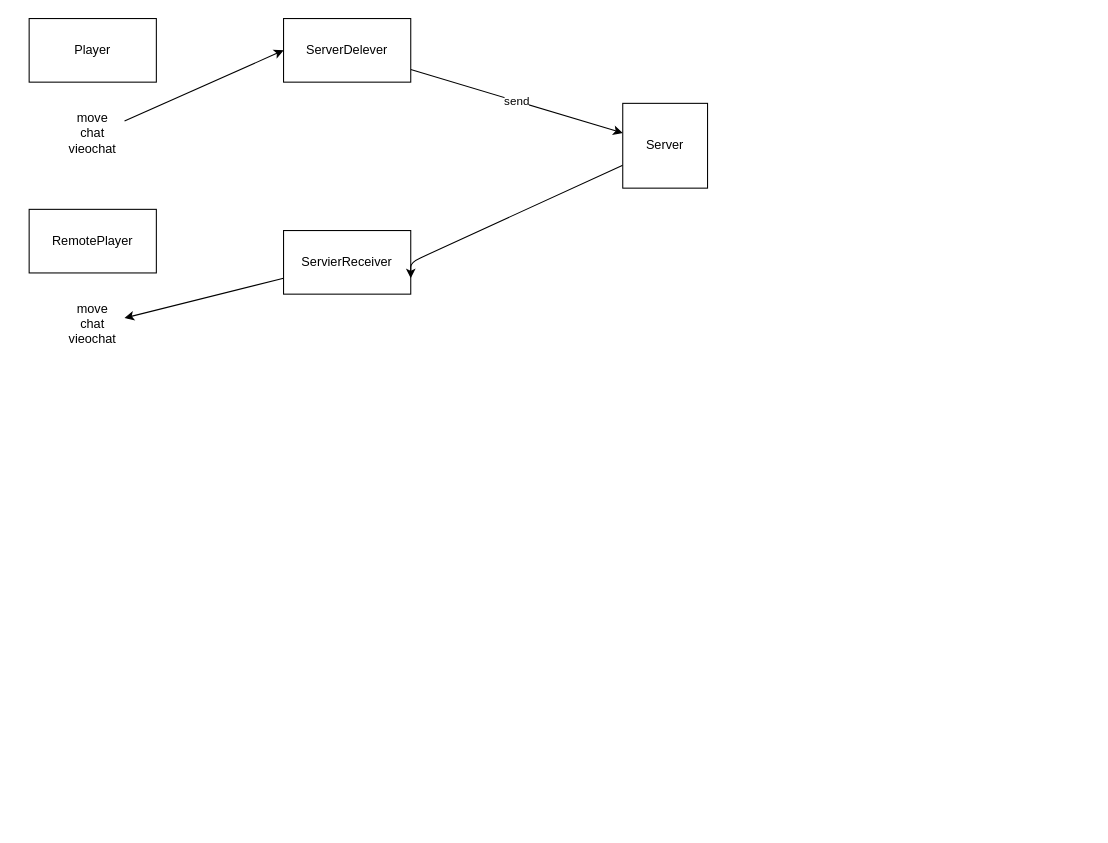
This is client/domain.drawio from helpkang/metaverse-client2, a draw.io file, before an edit. Source tidied: cells renumbered, new cells numbered last; positions are measured from the earlier drawing's top-left corner, leaving out a move shared by most shapes. Both pictures are drawn from the tidied source at 106%, with x=0, y=0 at pixel (29, 18).
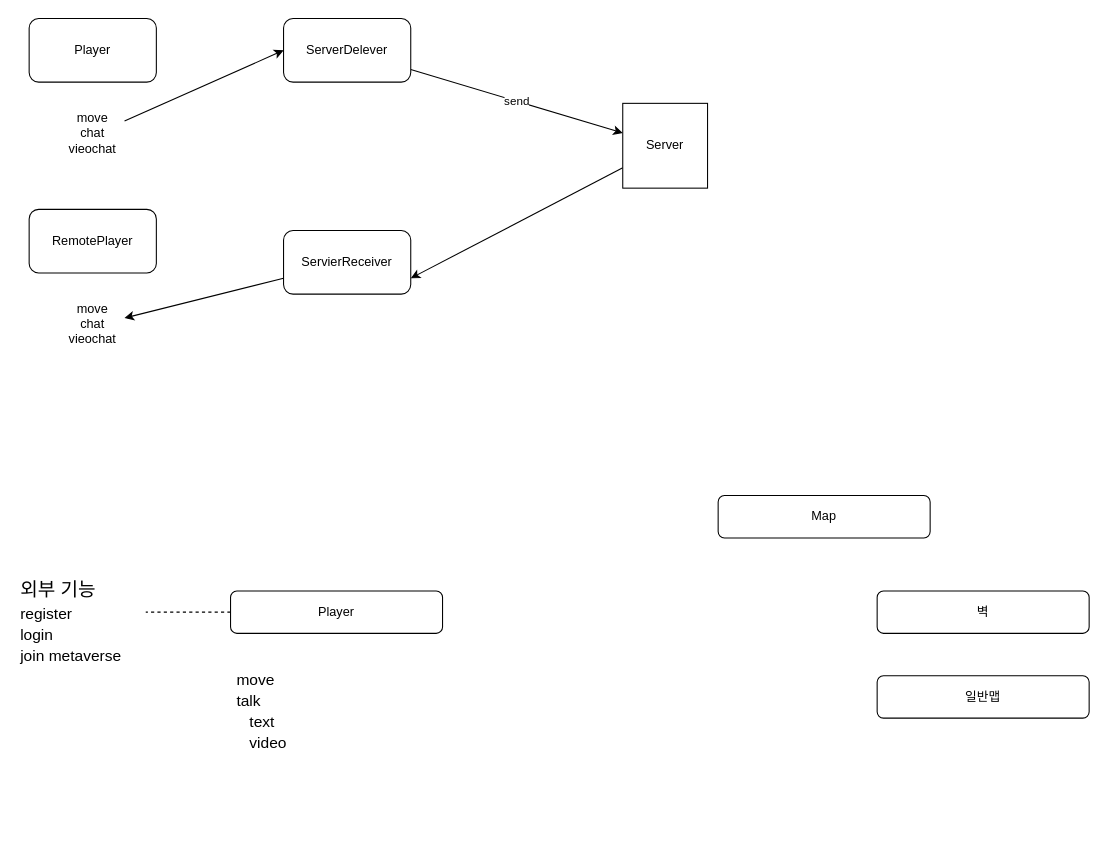
The same diagram, later.

Diff of the diagram source:
```diff
@@
 <mxGraphModel>
   <root>
     <mxCell id="0" />
     <mxCell id="1" parent="0" />
-    <mxCell id="2" value="Player" style="rounded=0;whiteSpace=wrap;html=1;" parent="1" vertex="1">
+    <mxCell id="2" value="Player" style="rounded=1;whiteSpace=wrap;html=1;" parent="1" vertex="1">
       <mxGeometry width="120" height="60" as="geometry" />
     </mxCell>
     <mxCell id="3" style="edgeStyle=none;html=1;entryX=0;entryY=0.5;entryDx=0;entryDy=0;" parent="1" edge="1" source="4" target="6">
       <mxGeometry relative="1" as="geometry" />
     </mxCell>
-    <mxCell id="4" value="move&lt;br&gt;chat&lt;br&gt;vieochat" style="text;html=1;strokeColor=none;fillColor=none;align=center;verticalAlign=top;whiteSpace=wrap;rounded=0;" parent="1" vertex="1">
+    <mxCell id="4" value="move&lt;br&gt;chat&lt;br&gt;vieochat" style="text;html=1;strokeColor=none;fillColor=none;align=center;verticalAlign=top;whiteSpace=wrap;rounded=1;" parent="1" vertex="1">
       <mxGeometry x="30" y="80" width="60" height="60" as="geometry" />
     </mxCell>
     <mxCell id="5" value="send" style="edgeStyle=none;html=1;" parent="1" edge="1" source="6" target="10">
       <mxGeometry relative="1" as="geometry" />
     </mxCell>
-    <mxCell id="6" value="ServerDelever" style="rounded=0;whiteSpace=wrap;html=1;" parent="1" vertex="1">
+    <mxCell id="6" value="ServerDelever" style="rounded=1;whiteSpace=wrap;html=1;" parent="1" vertex="1">
       <mxGeometry x="240" width="120" height="60" as="geometry" />
     </mxCell>
     <mxCell id="7" style="edgeStyle=none;html=1;" parent="1" edge="1" source="8" target="12">
       <mxGeometry relative="1" as="geometry" />
     </mxCell>
-    <mxCell id="8" value="ServierReceiver" style="rounded=0;whiteSpace=wrap;html=1;" parent="1" vertex="1">
+    <mxCell id="8" value="ServierReceiver" style="rounded=1;whiteSpace=wrap;html=1;" parent="1" vertex="1">
       <mxGeometry x="240" y="200" width="120" height="60" as="geometry" />
     </mxCell>
     <mxCell id="9" style="edgeStyle=none;html=1;entryX=1;entryY=0.75;entryDx=0;entryDy=0;" parent="1" edge="1" source="10" target="8">
-      <mxGeometry relative="1" as="geometry">
-        <Array as="points">
-          <mxPoint x="360" y="230" />
-        </Array>
-      </mxGeometry>
+      <mxGeometry relative="1" as="geometry" />
     </mxCell>
     <mxCell id="10" value="Server" style="whiteSpace=wrap;html=1;" parent="1" vertex="1">
       <mxGeometry x="560" y="80" width="80" height="80" as="geometry" />
     </mxCell>
-    <mxCell id="11" value="RemotePlayer" style="rounded=0;whiteSpace=wrap;html=1;" parent="1" vertex="1">
+    <mxCell id="11" value="RemotePlayer" style="rounded=1;whiteSpace=wrap;html=1;" parent="1" vertex="1">
       <mxGeometry y="180" width="120" height="60" as="geometry" />
     </mxCell>
-    <mxCell id="12" value="move&lt;br&gt;chat&lt;br&gt;vieochat" style="text;html=1;strokeColor=none;fillColor=none;align=center;verticalAlign=top;whiteSpace=wrap;rounded=0;" parent="1" vertex="1">
+    <mxCell id="12" value="move&lt;br&gt;chat&lt;br&gt;vieochat" style="text;html=1;strokeColor=none;fillColor=none;align=center;verticalAlign=top;whiteSpace=wrap;rounded=1;" parent="1" vertex="1">
       <mxGeometry x="30" y="260" width="60" height="60" as="geometry" />
     </mxCell>
+    <mxCell id="13" style="edgeStyle=none;html=1;fontSize=18;fontColor=none;endArrow=none;endFill=0;dashed=1;" parent="1" edge="1" source="14" target="19">
+      <mxGeometry relative="1" as="geometry" />
+    </mxCell>
+    <mxCell id="14" value="Player" style="rounded=1;whiteSpace=wrap;html=1;" parent="1" vertex="1">
+      <mxGeometry x="190" y="540" width="200" height="40" as="geometry" />
+    </mxCell>
+    <mxCell id="15" value="일반맵" style="rounded=1;whiteSpace=wrap;html=1;" parent="1" vertex="1">
+      <mxGeometry x="800" y="620" width="200" height="40" as="geometry" />
+    </mxCell>
+    <mxCell id="16" value="벽" style="rounded=1;whiteSpace=wrap;html=1;" parent="1" vertex="1">
+      <mxGeometry x="800" y="540" width="200" height="40" as="geometry" />
+    </mxCell>
+    <mxCell id="17" value="Map" style="rounded=1;whiteSpace=wrap;html=1;" parent="1" vertex="1">
+      <mxGeometry x="650" y="450" width="200" height="40" as="geometry" />
+    </mxCell>
+    <mxCell id="18" value="&lt;b style=&quot;font-weight: normal&quot; id=&quot;docs-internal-guid-3a27c601-7fff-b3e3-7f23-2bbebf2c9365&quot;&gt;&lt;p dir=&quot;ltr&quot; style=&quot;line-height: 1.38 ; margin-top: 0pt ; margin-bottom: 0pt&quot;&gt;&lt;br&gt;&lt;/p&gt;&lt;p dir=&quot;ltr&quot; style=&quot;line-height: 1.38 ; margin-top: 0pt ; margin-bottom: 0pt&quot;&gt;&lt;span style=&quot;font-size: 11pt ; font-family: &amp;quot;arial&amp;quot; ; background-color: transparent ; font-weight: 400 ; font-style: normal ; font-variant: normal ; text-decoration: none ; vertical-align: baseline&quot;&gt;move&lt;/span&gt;&lt;/p&gt;&lt;p dir=&quot;ltr&quot; style=&quot;line-height: 1.38 ; margin-top: 0pt ; margin-bottom: 0pt&quot;&gt;&lt;span style=&quot;font-size: 11pt ; font-family: &amp;quot;arial&amp;quot; ; background-color: transparent ; font-weight: 400 ; font-style: normal ; font-variant: normal ; text-decoration: none ; vertical-align: baseline&quot;&gt;talk&lt;/span&gt;&lt;/p&gt;&lt;p dir=&quot;ltr&quot; style=&quot;line-height: 1.38 ; margin-top: 0pt ; margin-bottom: 0pt&quot;&gt;&lt;span style=&quot;font-size: 11pt ; font-family: &amp;quot;arial&amp;quot; ; background-color: transparent ; font-weight: 400 ; font-style: normal ; font-variant: normal ; text-decoration: none ; vertical-align: baseline&quot;&gt;&amp;nbsp;&amp;nbsp;&amp;nbsp;text&lt;/span&gt;&lt;/p&gt;&lt;p dir=&quot;ltr&quot; style=&quot;line-height: 1.38 ; margin-top: 0pt ; margin-bottom: 0pt&quot;&gt;&lt;span style=&quot;font-size: 11pt ; font-family: &amp;quot;arial&amp;quot; ; background-color: transparent ; font-weight: 400 ; font-style: normal ; font-variant: normal ; text-decoration: none ; vertical-align: baseline&quot;&gt;&amp;nbsp;&amp;nbsp;&amp;nbsp;video&lt;/span&gt;&lt;/p&gt;&lt;/b&gt;" style="text;whiteSpace=wrap;html=1;fontColor=default;" parent="1" vertex="1">
+      <mxGeometry x="194" y="590" width="120" height="170" as="geometry" />
+    </mxCell>
+    <mxCell id="19" value="&lt;b id=&quot;docs-internal-guid-3a27c601-7fff-b3e3-7f23-2bbebf2c9365&quot; style=&quot;font-style: normal; letter-spacing: normal; text-align: left; text-indent: 0px; text-transform: none; word-spacing: 0px; background-color: none; font-weight: normal;&quot;&gt;&lt;p dir=&quot;ltr&quot; style=&quot;line-height: 1.38 ; margin-top: 0pt ; margin-bottom: 0pt&quot;&gt;&lt;font face=&quot;arial&quot; style=&quot;font-size: 18px&quot;&gt;외부 기능&lt;/font&gt;&lt;/p&gt;&lt;p dir=&quot;ltr&quot; style=&quot;font-family: &amp;quot;helvetica&amp;quot; ; font-size: 12px ; line-height: 1.38 ; margin-top: 0pt ; margin-bottom: 0pt&quot;&gt;&lt;span style=&quot;font-size: 11pt ; font-family: &amp;quot;arial&amp;quot; ; background-color: transparent ; font-weight: 400 ; font-style: normal ; font-variant: normal ; text-decoration: none ; vertical-align: baseline&quot;&gt;register&lt;/span&gt;&lt;/p&gt;&lt;p dir=&quot;ltr&quot; style=&quot;font-family: &amp;quot;helvetica&amp;quot; ; font-size: 12px ; line-height: 1.38 ; margin-top: 0pt ; margin-bottom: 0pt&quot;&gt;&lt;span style=&quot;font-size: 11pt ; font-family: &amp;quot;arial&amp;quot; ; background-color: transparent ; font-weight: 400 ; font-style: normal ; font-variant: normal ; text-decoration: none ; vertical-align: baseline&quot;&gt;login&lt;/span&gt;&lt;/p&gt;&lt;p dir=&quot;ltr&quot; style=&quot;font-family: &amp;quot;helvetica&amp;quot; ; font-size: 12px ; line-height: 1.38 ; margin-top: 0pt ; margin-bottom: 0pt&quot;&gt;&lt;span style=&quot;font-size: 11pt ; font-family: &amp;quot;arial&amp;quot; ; background-color: transparent ; font-weight: 400 ; font-style: normal ; font-variant: normal ; text-decoration: none ; vertical-align: baseline&quot;&gt;join metaverse&lt;/span&gt;&lt;/p&gt;&lt;/b&gt;" style="text;whiteSpace=wrap;html=1;fontColor=default;" parent="1" vertex="1">
+      <mxGeometry x="-10" y="520" width="120" height="80" as="geometry" />
+    </mxCell>
   </root>
 </mxGraphModel>
```
